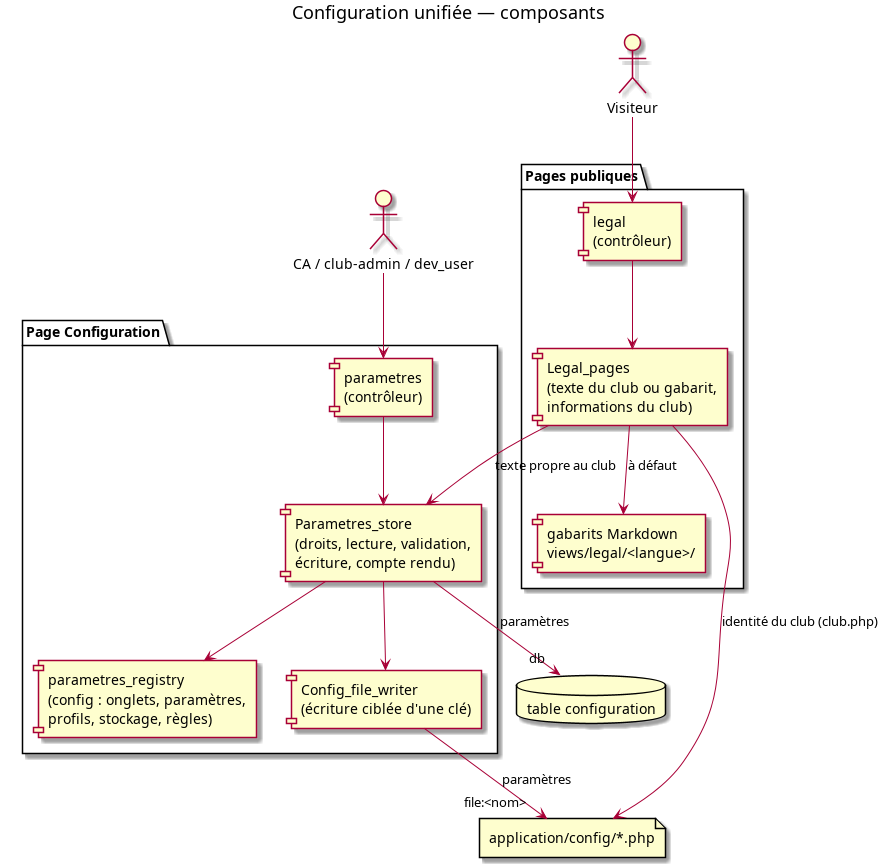
This is doc/design_notes/diagrams/configuration_unifiee.png from flub78/gvv, a PlantUML export, as it was before one commit. Its source is kept beside it as doc/design_notes/diagrams/configuration_unifiee.puml.
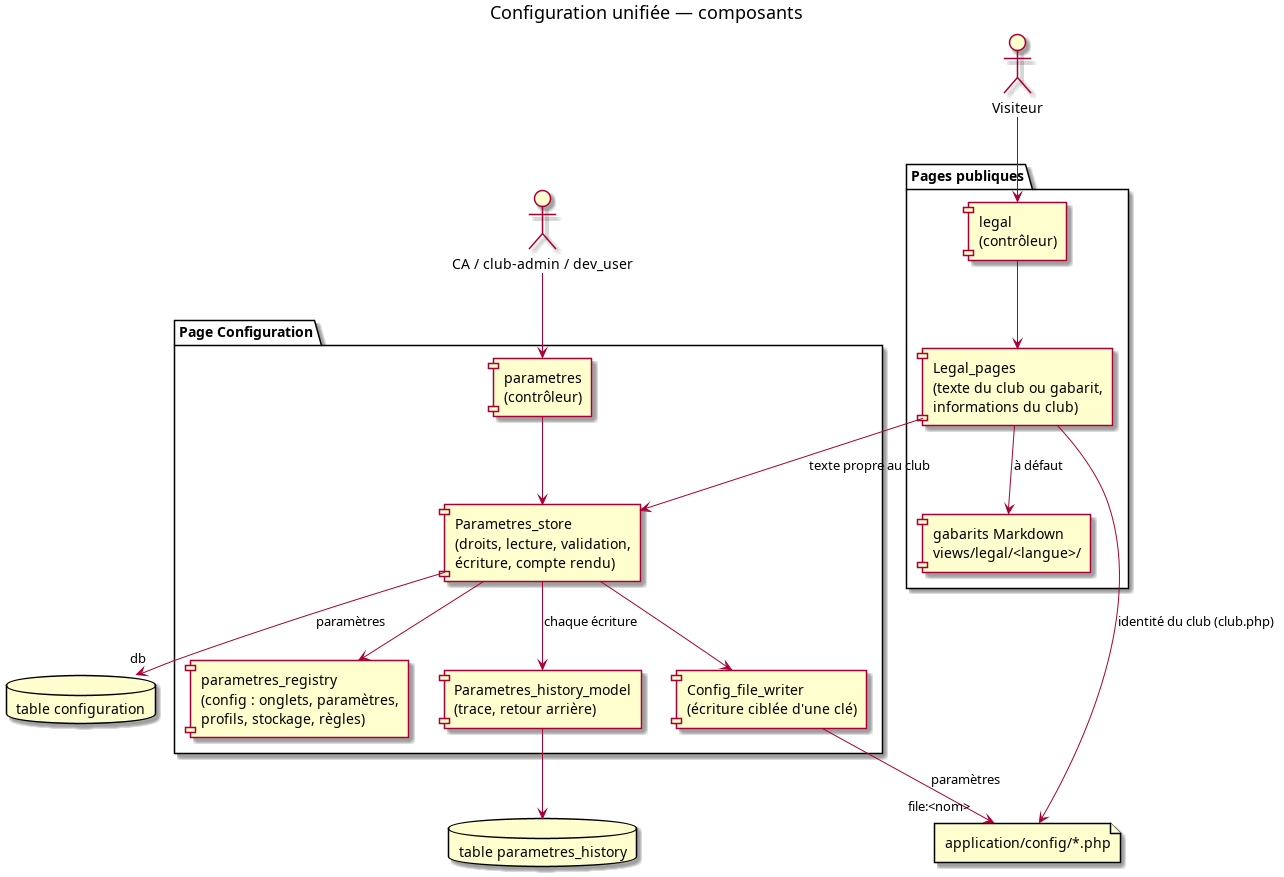
The same diagram one commit later.

What changed in the source:
```diff
@@ -10,6 +10,7 @@
   [parametres_registry\n(config : onglets, paramètres,\nprofils, stockage, règles)] as registry
   [Parametres_store\n(droits, lecture, validation,\nécriture, compte rendu)] as store
   [Config_file_writer\n(écriture ciblée d'une clé)] as writer
+  [Parametres_history_model\n(trace, retour arrière)] as history
 }
 
 package "Pages publiques" {
@@ -19,6 +20,7 @@
 }
 
 database "table configuration" as db
+database "table parametres_history" as hdb
 file "application/config/*.php" as files
 
 admin --> ctrl
@@ -27,6 +29,8 @@
 store --> db : paramètres « db »
 store --> writer
 writer --> files : paramètres « file:<nom> »
+store --> history : chaque écriture
+history --> hdb
 
 visitor --> legal
 legal --> pages
```
